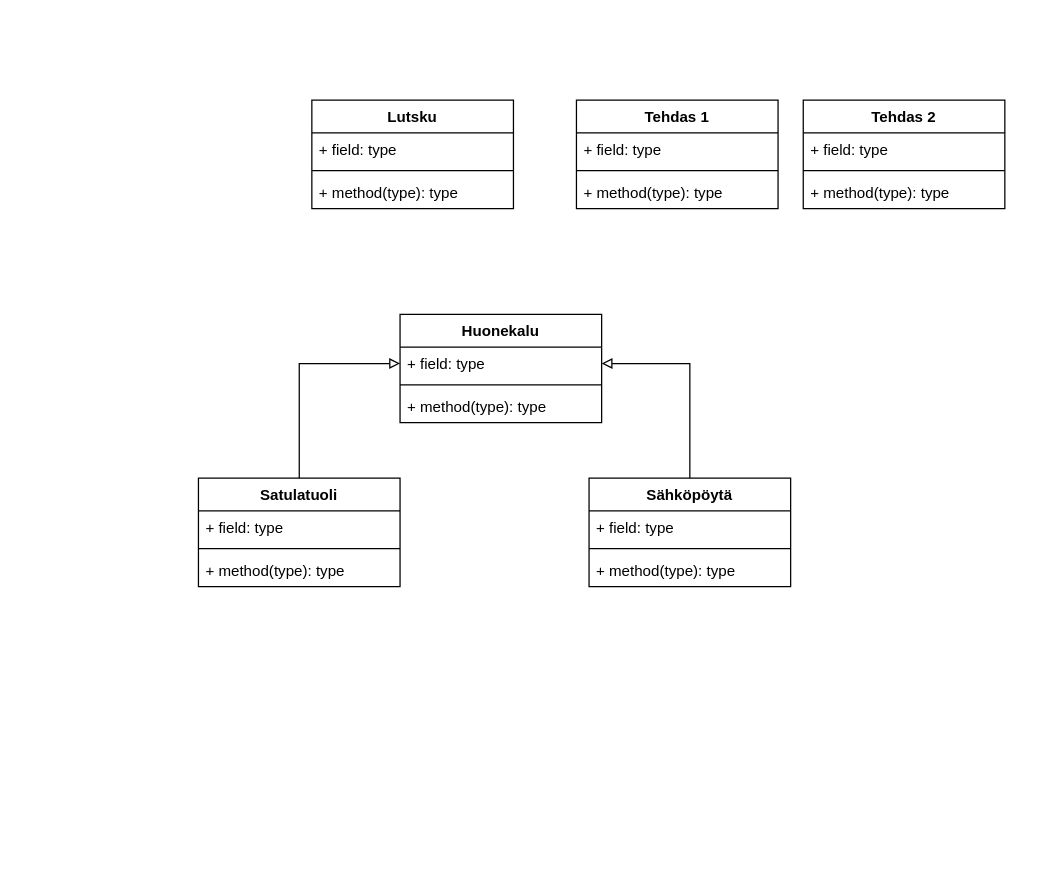
This is Lutsku_sofa.drawio from DeveloperLauri/UML-charts-draw.io, a draw.io file, before an edit. Source tidied: cells renumbered, new cells numbered last; positions are measured from the earlier drawing's top-left corner, leaving out a move shared by most shapes. Both pictures are drawn from the tidied source at 126%, with x=0, y=0 at pixel (198, 100).
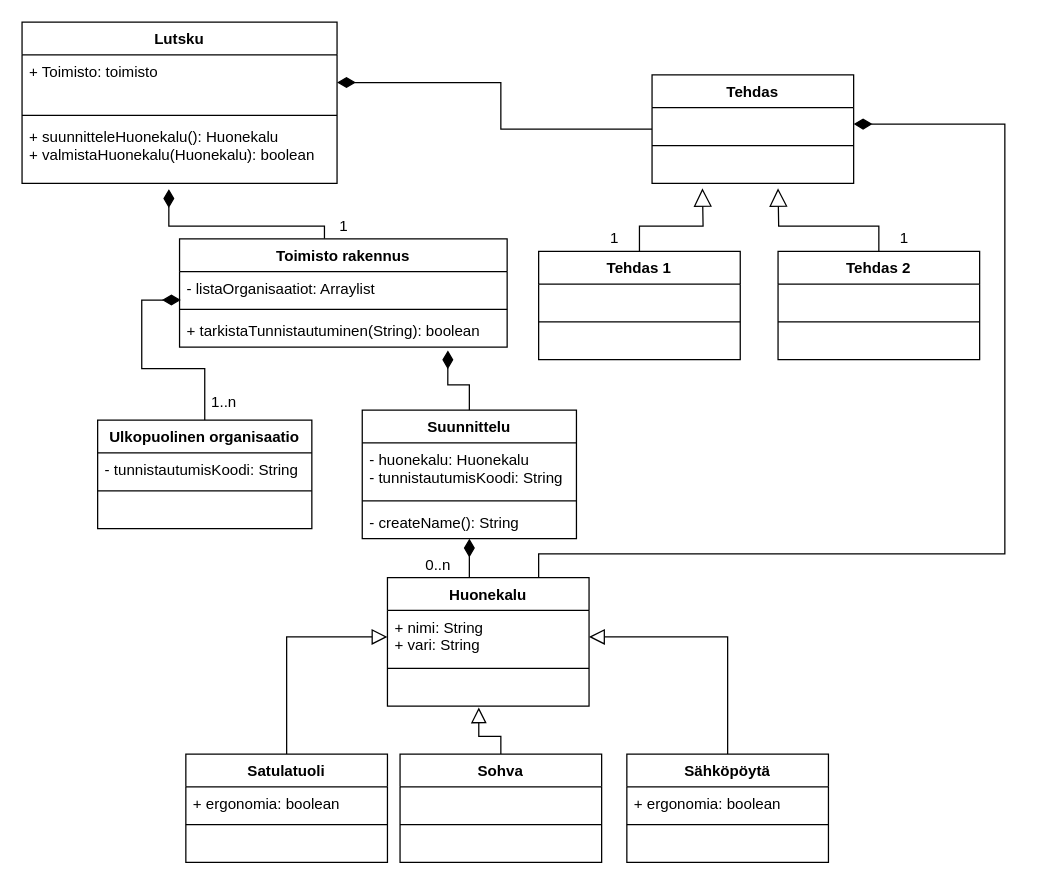
The same diagram, later.

Diff of the diagram source:
```diff
@@
     <mxCell id="2" value="Lutsku" style="swimlane;fontStyle=1;align=center;verticalAlign=top;horizontal=1;startSize=26;" parent="1" vertex="1">
-      <mxGeometry x="90" width="160" height="86" as="geometry" />
+      <mxGeometry x="-140" y="-62" width="250" height="128" as="geometry" />
     </mxCell>
-    <mxCell id="3" value="+ field: type" style="text;strokeColor=none;fillColor=none;align=left;verticalAlign=top;spacingLeft=4;spacingRight=4;overflow=hidden;points=[[0,0.5],[1,0.5]];portConstraint=eastwest;" parent="2" vertex="1">
-      <mxGeometry y="26" width="160" height="26" as="geometry" />
+    <mxCell id="3" value="+ Toimisto: toimisto&#10;" style="text;strokeColor=none;fillColor=none;align=left;verticalAlign=top;spacingLeft=4;spacingRight=4;overflow=hidden;points=[[0,0.5],[1,0.5]];portConstraint=eastwest;" parent="2" vertex="1">
+      <mxGeometry y="26" width="250" height="44" as="geometry" />
     </mxCell>
     <mxCell id="4" style="line;strokeWidth=1;fillColor=none;align=left;verticalAlign=middle;spacingTop=-1;spacingLeft=3;spacingRight=3;labelPosition=right;" parent="2" vertex="1">
-      <mxGeometry y="52" width="160" height="8" as="geometry" />
+      <mxGeometry y="70" width="250" height="8" as="geometry" />
     </mxCell>
-    <mxCell id="5" value="+ method(type): type" style="text;strokeColor=none;fillColor=none;align=left;verticalAlign=top;spacingLeft=4;spacingRight=4;overflow=hidden;points=[[0,0.5],[1,0.5]];portConstraint=eastwest;" parent="2" vertex="1">
-      <mxGeometry y="60" width="160" height="26" as="geometry" />
+    <mxCell id="5" value="+ suunnitteleHuonekalu(): Huonekalu&#10;+ valmistaHuonekalu(Huonekalu): boolean" style="text;strokeColor=none;fillColor=none;align=left;verticalAlign=top;spacingLeft=4;spacingRight=4;overflow=hidden;points=[[0,0.5],[1,0.5]];portConstraint=eastwest;" parent="2" vertex="1">
+      <mxGeometry y="78" width="250" height="50" as="geometry" />
     </mxCell>
-    <mxCell id="6" style="edgeStyle=orthogonalEdgeStyle;rounded=0;jettySize=auto;html=1;exitX=0.5;exitY=0;exitDx=0;exitDy=0;entryX=0;entryY=0.5;entryDx=0;entryDy=0;endArrow=block;endFill=0;" parent="1" edge="1" source="7" target="25">
+    <mxCell id="6" style="edgeStyle=orthogonalEdgeStyle;rounded=0;jettySize=auto;html=1;exitX=0.5;exitY=0;exitDx=0;exitDy=0;entryX=0;entryY=0.5;entryDx=0;entryDy=0;endArrow=block;endFill=0;endSize=10;" parent="1" edge="1" source="7" target="25">
       <mxGeometry relative="1" as="geometry" />
     </mxCell>
     <mxCell id="7" value="Satulatuoli" style="swimlane;fontStyle=1;align=center;verticalAlign=top;horizontal=1;startSize=26;" parent="1" vertex="1">
-      <mxGeometry y="300" width="160" height="86" as="geometry" />
+      <mxGeometry x="-10" y="519" width="160" height="86" as="geometry" />
     </mxCell>
-    <mxCell id="8" value="+ field: type" style="text;strokeColor=none;fillColor=none;align=left;verticalAlign=top;spacingLeft=4;spacingRight=4;overflow=hidden;" parent="7" vertex="1">
+    <mxCell id="8" value="+ ergonomia: boolean" style="text;strokeColor=none;fillColor=none;align=left;verticalAlign=top;spacingLeft=4;spacingRight=4;overflow=hidden;" parent="7" vertex="1">
       <mxGeometry y="26" width="160" height="26" as="geometry" />
     </mxCell>
@@
-    <mxCell id="10" value="+ method(type): type" style="text;strokeColor=none;fillColor=none;align=left;verticalAlign=top;spacingLeft=4;spacingRight=4;overflow=hidden;" parent="7" vertex="1">
+    <mxCell id="10" value=" " style="text;strokeColor=none;fillColor=none;align=left;verticalAlign=top;spacingLeft=4;spacingRight=4;overflow=hidden;" parent="7" vertex="1">
       <mxGeometry y="60" width="160" height="26" as="geometry" />
     </mxCell>
-    <mxCell id="11" style="edgeStyle=orthogonalEdgeStyle;rounded=0;jettySize=auto;html=1;entryX=1;entryY=0.5;entryDx=0;entryDy=0;endArrow=block;endFill=0;" parent="1" edge="1" source="12" target="25">
+    <mxCell id="11" style="edgeStyle=orthogonalEdgeStyle;rounded=0;jettySize=auto;html=1;entryX=1;entryY=0.5;entryDx=0;entryDy=0;endArrow=block;endFill=0;endSize=10;" parent="1" edge="1" source="12" target="25">
       <mxGeometry relative="1" as="geometry" />
     </mxCell>
     <mxCell id="12" value="Sähköpöytä" style="swimlane;fontStyle=1;align=center;verticalAlign=top;horizontal=1;startSize=26;" parent="1" vertex="1">
-      <mxGeometry x="310" y="300" width="160" height="86" as="geometry" />
+      <mxGeometry x="340" y="519" width="160" height="86" as="geometry" />
     </mxCell>
-    <mxCell id="13" value="+ field: type" style="text;strokeColor=none;fillColor=none;align=left;verticalAlign=top;spacingLeft=4;spacingRight=4;overflow=hidden;" parent="12" vertex="1">
+    <mxCell id="13" value="+ ergonomia: boolean" style="text;strokeColor=none;fillColor=none;align=left;verticalAlign=top;spacingLeft=4;spacingRight=4;overflow=hidden;" parent="12" vertex="1">
       <mxGeometry y="26" width="160" height="26" as="geometry" />
     </mxCell>
@@
-    <mxCell id="15" value="+ method(type): type" style="text;strokeColor=none;fillColor=none;align=left;verticalAlign=top;spacingLeft=4;spacingRight=4;overflow=hidden;" parent="12" vertex="1">
+    <mxCell id="15" value=" " style="text;strokeColor=none;fillColor=none;align=left;verticalAlign=top;spacingLeft=4;spacingRight=4;overflow=hidden;" parent="12" vertex="1">
       <mxGeometry y="60" width="160" height="26" as="geometry" />
     </mxCell>
+    <mxCell id="28" style="edgeStyle=orthogonalEdgeStyle;rounded=0;jettySize=auto;html=1;endArrow=block;endFill=0;endSize=12;" parent="1" edge="1" source="16">
+      <mxGeometry relative="1" as="geometry">
+        <mxPoint x="400" y="70" as="targetPoint" />
+      </mxGeometry>
+    </mxCell>
     <mxCell id="16" value="Tehdas 1" style="swimlane;fontStyle=1;align=center;verticalAlign=top;horizontal=1;startSize=26;" parent="1" vertex="1">
-      <mxGeometry x="300" width="160" height="86" as="geometry" />
+      <mxGeometry x="270" y="120" width="160" height="86" as="geometry" />
     </mxCell>
-    <mxCell id="17" value="+ field: type" style="text;strokeColor=none;fillColor=none;align=left;verticalAlign=top;spacingLeft=4;spacingRight=4;overflow=hidden;" parent="16" vertex="1">
+    <mxCell id="17" value=" " style="text;strokeColor=none;fillColor=none;align=left;verticalAlign=top;spacingLeft=4;spacingRight=4;overflow=hidden;" parent="16" vertex="1">
       <mxGeometry y="26" width="160" height="26" as="geometry" />
     </mxCell>
@@
-    <mxCell id="19" value="+ method(type): type" style="text;strokeColor=none;fillColor=none;align=left;verticalAlign=top;spacingLeft=4;spacingRight=4;overflow=hidden;" parent="16" vertex="1">
+    <mxCell id="19" value=" " style="text;strokeColor=none;fillColor=none;align=left;verticalAlign=top;spacingLeft=4;spacingRight=4;overflow=hidden;" parent="16" vertex="1">
       <mxGeometry y="60" width="160" height="26" as="geometry" />
     </mxCell>
+    <mxCell id="29" style="edgeStyle=orthogonalEdgeStyle;rounded=0;jettySize=auto;html=1;endArrow=block;endFill=0;endSize=12;" parent="1" edge="1" source="20">
+      <mxGeometry relative="1" as="geometry">
+        <mxPoint x="460" y="70" as="targetPoint" />
+      </mxGeometry>
+    </mxCell>
     <mxCell id="20" value="Tehdas 2" style="swimlane;fontStyle=1;align=center;verticalAlign=top;horizontal=1;startSize=26;" parent="1" vertex="1">
-      <mxGeometry x="480" width="160" height="86" as="geometry" />
+      <mxGeometry x="460" y="120" width="160" height="86" as="geometry" />
     </mxCell>
-    <mxCell id="21" value="+ field: type" style="text;strokeColor=none;fillColor=none;align=left;verticalAlign=top;spacingLeft=4;spacingRight=4;overflow=hidden;" parent="20" vertex="1">
+    <mxCell id="21" value=" " style="text;strokeColor=none;fillColor=none;align=left;verticalAlign=top;spacingLeft=4;spacingRight=4;overflow=hidden;" parent="20" vertex="1">
       <mxGeometry y="26" width="160" height="26" as="geometry" />
     </mxCell>
@@
-    <mxCell id="23" value="+ method(type): type" style="text;strokeColor=none;fillColor=none;align=left;verticalAlign=top;spacingLeft=4;spacingRight=4;overflow=hidden;" parent="20" vertex="1">
+    <mxCell id="23" value=" " style="text;strokeColor=none;fillColor=none;align=left;verticalAlign=top;spacingLeft=4;spacingRight=4;overflow=hidden;" parent="20" vertex="1">
       <mxGeometry y="60" width="160" height="26" as="geometry" />
     </mxCell>
+    <mxCell id="30" style="edgeStyle=orthogonalEdgeStyle;rounded=0;jettySize=auto;html=1;exitX=0.5;exitY=0;exitDx=0;exitDy=0;entryX=0.5;entryY=1;entryDx=0;entryDy=0;entryPerimeter=0;endArrow=diamondThin;endFill=1;endSize=12;" parent="1" edge="1" source="24" target="60">
+      <mxGeometry relative="1" as="geometry" />
+    </mxCell>
+    <mxCell id="31" style="edgeStyle=orthogonalEdgeStyle;rounded=0;jettySize=auto;html=1;exitX=0.75;exitY=0;exitDx=0;exitDy=0;entryX=1;entryY=0.5;entryDx=0;entryDy=0;endArrow=diamondThin;endFill=1;endSize=12;" parent="1" edge="1" source="24" target="39">
+      <mxGeometry relative="1" as="geometry">
+        <Array as="points">
+          <mxPoint x="270" y="360" />
+          <mxPoint x="640" y="360" />
+          <mxPoint x="640" y="19" />
+        </Array>
+      </mxGeometry>
+    </mxCell>
     <mxCell id="24" value="Huonekalu" style="swimlane;fontStyle=1;align=center;verticalAlign=top;horizontal=1;startSize=26;" parent="1" vertex="1">
-      <mxGeometry x="160" y="170" width="160" height="86" as="geometry" />
+      <mxGeometry x="150" y="379" width="160" height="102" as="geometry" />
     </mxCell>
-    <mxCell id="25" value="+ field: type" style="text;strokeColor=none;fillColor=none;align=left;verticalAlign=top;spacingLeft=4;spacingRight=4;overflow=hidden;points=[[0,0.5],[1,0.5]];portConstraint=eastwest;" parent="24" vertex="1">
-      <mxGeometry y="26" width="160" height="26" as="geometry" />
+    <mxCell id="25" value="+ nimi: String&#10;+ vari: String" style="text;strokeColor=none;fillColor=none;align=left;verticalAlign=top;spacingLeft=4;spacingRight=4;overflow=hidden;points=[[0,0.5],[1,0.5]];portConstraint=eastwest;" parent="24" vertex="1">
+      <mxGeometry y="26" width="160" height="42" as="geometry" />
     </mxCell>
     <mxCell id="26" style="line;strokeWidth=1;fillColor=none;align=left;verticalAlign=middle;spacingTop=-1;spacingLeft=3;spacingRight=3;labelPosition=right;" parent="24" vertex="1">
-      <mxGeometry y="52" width="160" height="8" as="geometry" />
+      <mxGeometry y="68" width="160" height="8" as="geometry" />
     </mxCell>
-    <mxCell id="27" value="+ method(type): type" style="text;strokeColor=none;fillColor=none;align=left;verticalAlign=top;spacingLeft=4;spacingRight=4;overflow=hidden;points=[[0,0.5],[1,0.5]];portConstraint=eastwest;" parent="24" vertex="1">
-      <mxGeometry y="60" width="160" height="26" as="geometry" />
+    <mxCell id="27" value=" " style="text;strokeColor=none;fillColor=none;align=left;verticalAlign=top;spacingLeft=4;spacingRight=4;overflow=hidden;points=[[0,0.5],[1,0.5]];portConstraint=eastwest;" parent="24" vertex="1">
+      <mxGeometry y="76" width="160" height="26" as="geometry" />
     </mxCell>
+    <mxCell id="32" style="edgeStyle=orthogonalEdgeStyle;rounded=0;jettySize=auto;html=1;entryX=0.453;entryY=1.038;entryDx=0;entryDy=0;entryPerimeter=0;endArrow=block;endFill=0;endSize=10;" parent="1" edge="1" source="33" target="27">
+      <mxGeometry relative="1" as="geometry">
+        <Array as="points">
+          <mxPoint x="240" y="505" />
+          <mxPoint x="223" y="505" />
+        </Array>
+      </mxGeometry>
+    </mxCell>
+    <mxCell id="33" value="Sohva" style="swimlane;fontStyle=1;align=center;verticalAlign=top;horizontal=1;startSize=26;" parent="1" vertex="1">
+      <mxGeometry x="160" y="519" width="160" height="86" as="geometry" />
+    </mxCell>
+    <mxCell id="34" value=" " style="text;strokeColor=none;fillColor=none;align=left;verticalAlign=top;spacingLeft=4;spacingRight=4;overflow=hidden;" parent="33" vertex="1">
+      <mxGeometry y="26" width="160" height="26" as="geometry" />
+    </mxCell>
+    <mxCell id="35" style="line;strokeWidth=1;fillColor=none;align=left;verticalAlign=middle;spacingTop=-1;spacingLeft=3;spacingRight=3;labelPosition=right;" parent="33" vertex="1">
+      <mxGeometry y="52" width="160" height="8" as="geometry" />
+    </mxCell>
+    <mxCell id="36" value=" " style="text;strokeColor=none;fillColor=none;align=left;verticalAlign=top;spacingLeft=4;spacingRight=4;overflow=hidden;" parent="33" vertex="1">
+      <mxGeometry y="60" width="160" height="26" as="geometry" />
+    </mxCell>
+    <mxCell id="37" style="edgeStyle=orthogonalEdgeStyle;rounded=0;jettySize=auto;html=1;entryX=1;entryY=0.5;entryDx=0;entryDy=0;endArrow=diamondThin;endFill=1;endSize=12;" parent="1" edge="1" source="38" target="3">
+      <mxGeometry relative="1" as="geometry" />
+    </mxCell>
+    <mxCell id="38" value="Tehdas" style="swimlane;fontStyle=1;align=center;verticalAlign=top;horizontal=1;startSize=26;" parent="1" vertex="1">
+      <mxGeometry x="360" y="-20" width="160" height="86" as="geometry" />
+    </mxCell>
+    <mxCell id="39" value=" " style="text;strokeColor=none;fillColor=none;align=left;verticalAlign=top;spacingLeft=4;spacingRight=4;overflow=hidden;points=[[0,0.5],[1,0.5]];portConstraint=eastwest;" parent="38" vertex="1">
+      <mxGeometry y="26" width="160" height="26" as="geometry" />
+    </mxCell>
+    <mxCell id="40" style="line;strokeWidth=1;fillColor=none;align=left;verticalAlign=middle;spacingTop=-1;spacingLeft=3;spacingRight=3;labelPosition=right;" parent="38" vertex="1">
+      <mxGeometry y="52" width="160" height="8" as="geometry" />
+    </mxCell>
+    <mxCell id="41" value=" " style="text;strokeColor=none;fillColor=none;align=left;verticalAlign=top;spacingLeft=4;spacingRight=4;overflow=hidden;" parent="38" vertex="1">
+      <mxGeometry y="60" width="160" height="26" as="geometry" />
+    </mxCell>
+    <mxCell id="42" style="edgeStyle=orthogonalEdgeStyle;rounded=0;jettySize=auto;html=1;entryX=0.466;entryY=1.092;entryDx=0;entryDy=0;entryPerimeter=0;endArrow=diamondThin;endFill=1;endSize=12;" parent="1" edge="1" source="43" target="5">
+      <mxGeometry relative="1" as="geometry">
+        <Array as="points">
+          <mxPoint x="100" y="100" />
+          <mxPoint x="-23" y="100" />
+        </Array>
+      </mxGeometry>
+    </mxCell>
+    <mxCell id="43" value="Toimisto rakennus" style="swimlane;fontStyle=1;align=center;verticalAlign=top;horizontal=1;startSize=26;" parent="1" vertex="1">
+      <mxGeometry x="-15" y="110" width="260" height="86" as="geometry" />
+    </mxCell>
+    <mxCell id="44" value="- listaOrganisaatiot: Arraylist " style="text;strokeColor=none;fillColor=none;align=left;verticalAlign=top;spacingLeft=4;spacingRight=4;overflow=hidden;points=[[0,0.5],[1,0.5]];portConstraint=eastwest;" parent="43" vertex="1">
+      <mxGeometry y="26" width="260" height="26" as="geometry" />
+    </mxCell>
+    <mxCell id="45" style="line;strokeWidth=1;fillColor=none;align=left;verticalAlign=middle;spacingTop=-1;spacingLeft=3;spacingRight=3;labelPosition=right;" parent="43" vertex="1">
+      <mxGeometry y="52" width="260" height="8" as="geometry" />
+    </mxCell>
+    <mxCell id="46" value="+ tarkistaTunnistautuminen(String): boolean" style="text;strokeColor=none;fillColor=none;align=left;verticalAlign=top;spacingLeft=4;spacingRight=4;overflow=hidden;points=[[0,0.5],[1,0.5]];portConstraint=eastwest;" parent="43" vertex="1">
+      <mxGeometry y="60" width="260" height="26" as="geometry" />
+    </mxCell>
+    <mxCell id="47" value="0..n" style="text;html=1;align=center;verticalAlign=middle;strokeColor=none;fillColor=none;" parent="1" vertex="1">
+      <mxGeometry x="170" y="359" width="40" height="20" as="geometry" />
+    </mxCell>
+    <mxCell id="48" value="1" style="text;html=1;align=center;verticalAlign=middle;strokeColor=none;fillColor=none;" parent="1" vertex="1">
+      <mxGeometry x="105" y="90" width="20" height="20" as="geometry" />
+    </mxCell>
+    <mxCell id="49" value="1" style="text;html=1;align=center;verticalAlign=middle;strokeColor=none;fillColor=none;" parent="1" vertex="1">
+      <mxGeometry x="320" y="100" width="20" height="20" as="geometry" />
+    </mxCell>
+    <mxCell id="50" value="1" style="text;html=1;align=center;verticalAlign=middle;strokeColor=none;fillColor=none;" parent="1" vertex="1">
+      <mxGeometry x="550" y="100" width="20" height="20" as="geometry" />
+    </mxCell>
+    <mxCell id="51" style="edgeStyle=orthogonalEdgeStyle;rounded=0;jettySize=auto;html=1;exitX=0.5;exitY=0;exitDx=0;exitDy=0;entryX=0.004;entryY=0.869;entryDx=0;entryDy=0;entryPerimeter=0;endArrow=diamondThin;endFill=1;endSize=12;" parent="1" edge="1" source="52" target="44">
+      <mxGeometry relative="1" as="geometry" />
+    </mxCell>
+    <mxCell id="52" value="Ulkopuolinen organisaatio" style="swimlane;fontStyle=1;align=center;verticalAlign=top;horizontal=1;startSize=26;" parent="1" vertex="1">
+      <mxGeometry x="-80" y="254" width="170" height="86" as="geometry" />
+    </mxCell>
+    <mxCell id="53" value="- tunnistautumisKoodi: String" style="text;strokeColor=none;fillColor=none;align=left;verticalAlign=top;spacingLeft=4;spacingRight=4;overflow=hidden;" parent="52" vertex="1">
+      <mxGeometry y="26" width="170" height="26" as="geometry" />
+    </mxCell>
+    <mxCell id="54" style="line;strokeWidth=1;fillColor=none;align=left;verticalAlign=middle;spacingTop=-1;spacingLeft=3;spacingRight=3;labelPosition=right;" parent="52" vertex="1">
+      <mxGeometry y="52" width="170" height="8" as="geometry" />
+    </mxCell>
+    <mxCell id="55" value=" " style="text;strokeColor=none;fillColor=none;align=left;verticalAlign=top;spacingLeft=4;spacingRight=4;overflow=hidden;" parent="52" vertex="1">
+      <mxGeometry y="60" width="170" height="26" as="geometry" />
+    </mxCell>
+    <mxCell id="56" style="edgeStyle=orthogonalEdgeStyle;rounded=0;jettySize=auto;html=1;entryX=0.819;entryY=1.1;entryDx=0;entryDy=0;entryPerimeter=0;endArrow=diamondThin;endFill=1;endSize=12;" parent="1" edge="1" source="57" target="46">
+      <mxGeometry relative="1" as="geometry">
+        <Array as="points">
+          <mxPoint x="215" y="226" />
+          <mxPoint x="198" y="226" />
+        </Array>
+      </mxGeometry>
+    </mxCell>
+    <mxCell id="57" value="Suunnittelu" style="swimlane;fontStyle=1;align=center;verticalAlign=top;horizontal=1;startSize=26;" parent="1" vertex="1">
+      <mxGeometry x="130" y="246" width="170" height="102" as="geometry" />
+    </mxCell>
+    <mxCell id="58" value="- huonekalu: Huonekalu&#10;- tunnistautumisKoodi: String" style="text;strokeColor=none;fillColor=none;align=left;verticalAlign=top;spacingLeft=4;spacingRight=4;overflow=hidden;" parent="57" vertex="1">
+      <mxGeometry y="26" width="170" height="42" as="geometry" />
+    </mxCell>
+    <mxCell id="59" style="line;strokeWidth=1;fillColor=none;align=left;verticalAlign=middle;spacingTop=-1;spacingLeft=3;spacingRight=3;labelPosition=right;" parent="57" vertex="1">
+      <mxGeometry y="68" width="170" height="8" as="geometry" />
+    </mxCell>
+    <mxCell id="60" value="- createName(): String" style="text;strokeColor=none;fillColor=none;align=left;verticalAlign=top;spacingLeft=4;spacingRight=4;overflow=hidden;points=[[0,0.5],[1,0.5]];portConstraint=eastwest;" parent="57" vertex="1">
+      <mxGeometry y="76" width="170" height="26" as="geometry" />
+    </mxCell>
+    <mxCell id="61" value="1..n" style="text;html=1;align=center;verticalAlign=middle;strokeColor=none;fillColor=none;" parent="1" vertex="1">
+      <mxGeometry y="230" width="40" height="20" as="geometry" />
+    </mxCell>
```
